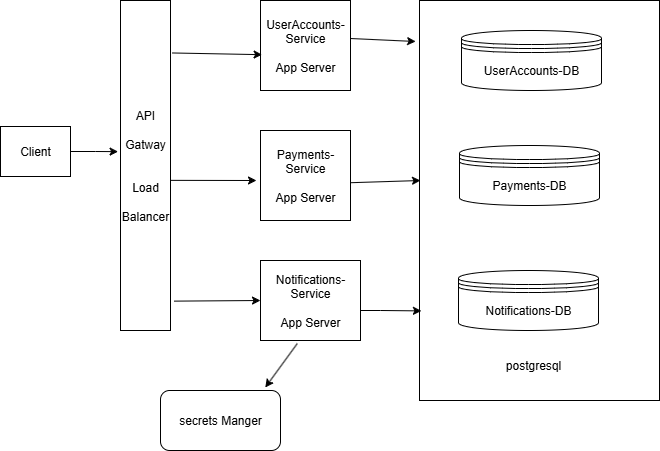
Above: docs/design/BankingSystem_archirect_diagram.png in MakeshB4/banking-system (draw.io), before the change. Source tidied: cells renumbered, new cells last; positions are measured from the earlier drawing's top-left corner, leaving out a move shared by most shapes. Source of this version:
```xml
<mxGraphModel>
  <root>
    <mxCell id="0" />
    <mxCell id="1" parent="0" />
    <mxCell id="2" value="Client" style="rounded=0;whiteSpace=wrap;html=1;" parent="1" vertex="1">
      <mxGeometry y="126" width="70" height="50" as="geometry" />
    </mxCell>
    <mxCell id="3" value="API&lt;br&gt;&lt;br&gt;Gatway&lt;br&gt;&lt;br&gt;&lt;br&gt;Load&lt;br&gt;&lt;br&gt;Balancer" style="rounded=0;whiteSpace=wrap;html=1;" parent="1" vertex="1">
      <mxGeometry x="120" width="50" height="330" as="geometry" />
    </mxCell>
    <mxCell id="4" value="UserAccounts-Service&lt;div&gt;&lt;br&gt;&lt;/div&gt;&lt;div&gt;App Server&lt;/div&gt;" style="rounded=0;whiteSpace=wrap;html=1;" parent="1" vertex="1">
      <mxGeometry x="260" width="90" height="90" as="geometry" />
    </mxCell>
    <mxCell id="5" style="rounded=0;whiteSpace=wrap;html=1;" parent="1" vertex="1">
      <mxGeometry x="419" width="240" height="400" as="geometry" />
    </mxCell>
    <mxCell id="6" value="Payments-Service&lt;div&gt;&lt;br&gt;&lt;/div&gt;&lt;div&gt;App Server&lt;/div&gt;" style="rounded=0;whiteSpace=wrap;html=1;" parent="1" vertex="1">
      <mxGeometry x="260" y="130" width="90" height="90" as="geometry" />
    </mxCell>
    <mxCell id="7" value="Notifications-Service&lt;div&gt;&lt;br&gt;&lt;/div&gt;&lt;div&gt;App Server&lt;/div&gt;" style="rounded=0;whiteSpace=wrap;html=1;" parent="1" vertex="1">
      <mxGeometry x="260" y="260" width="100" height="80" as="geometry" />
    </mxCell>
    <mxCell id="8" style="edgeStyle=orthogonalEdgeStyle;rounded=0;jettySize=auto;html=1;exitX=1;exitY=0.5;exitDx=0;exitDy=0;entryX=-0.048;entryY=0.458;entryDx=0;entryDy=0;entryPerimeter=0;" parent="1" edge="1" source="2" target="3">
      <mxGeometry relative="1" as="geometry" />
    </mxCell>
    <mxCell id="9" style="endArrow=classic;html=1;rounded=0;exitX=1.04;exitY=0.159;exitDx=0;exitDy=0;exitPerimeter=0;entryX=0.018;entryY=0.602;entryDx=0;entryDy=0;entryPerimeter=0;" parent="1" edge="1" source="3" target="4">
      <mxGeometry relative="1" as="geometry" />
    </mxCell>
    <mxCell id="10" style="endArrow=classic;html=1;rounded=0;exitX=1;exitY=0.545;exitDx=0;exitDy=0;exitPerimeter=0;" parent="1" edge="1" source="3">
      <mxGeometry relative="1" as="geometry">
        <mxPoint x="256" y="180" as="targetPoint" />
      </mxGeometry>
    </mxCell>
    <mxCell id="11" style="endArrow=classic;html=1;rounded=0;exitX=1.072;exitY=0.911;exitDx=0;exitDy=0;exitPerimeter=0;entryX=0;entryY=0.5;entryDx=0;entryDy=0;" parent="1" edge="1" source="3" target="7">
      <mxGeometry relative="1" as="geometry" />
    </mxCell>
    <mxCell id="12" value="UserAccounts-DB" style="shape=datastore;whiteSpace=wrap;html=1;" parent="1" vertex="1">
      <mxGeometry x="461" y="30" width="140" height="60" as="geometry" />
    </mxCell>
    <mxCell id="13" value="Payments-DB" style="shape=datastore;whiteSpace=wrap;html=1;" parent="1" vertex="1">
      <mxGeometry x="459" y="145" width="140" height="60" as="geometry" />
    </mxCell>
    <mxCell id="14" value="Notifications-DB" style="shape=datastore;whiteSpace=wrap;html=1;" parent="1" vertex="1">
      <mxGeometry x="458" y="270" width="140" height="60" as="geometry" />
    </mxCell>
    <mxCell id="15" style="endArrow=classic;html=1;rounded=0;exitX=1.004;exitY=0.58;exitDx=0;exitDy=0;exitPerimeter=0;" parent="1" edge="1" source="6">
      <mxGeometry relative="1" as="geometry">
        <mxPoint x="420" y="180" as="targetPoint" />
      </mxGeometry>
    </mxCell>
    <mxCell id="16" style="endArrow=classic;html=1;rounded=0;exitX=1;exitY=0.5;exitDx=0;exitDy=0;entryX=-0.016;entryY=0.12;entryDx=0;entryDy=0;entryPerimeter=0;" parent="1" edge="1">
      <mxGeometry relative="1" as="geometry">
        <mxPoint x="350" y="38" as="sourcePoint" />
        <mxPoint x="415.2" y="41" as="targetPoint" />
      </mxGeometry>
    </mxCell>
    <mxCell id="17" style="endArrow=classic;html=1;rounded=0;entryX=0.008;entryY=0.776;entryDx=0;entryDy=0;entryPerimeter=0;" parent="1" edge="1" target="5">
      <mxGeometry relative="1" as="geometry">
        <mxPoint x="360" y="310" as="sourcePoint" />
        <Array as="points">
          <mxPoint x="380" y="310" />
        </Array>
      </mxGeometry>
    </mxCell>
    <mxCell id="18" value="postgresql" style="text;html=1;align=center;verticalAlign=middle;whiteSpace=wrap;rounded=0;" parent="1" vertex="1">
      <mxGeometry x="503" y="350" width="60" height="30" as="geometry" />
    </mxCell>
    <mxCell id="19" value="secrets Manger" style="rounded=1;whiteSpace=wrap;html=1;" parent="1" vertex="1">
      <mxGeometry x="160" y="390" width="120" height="60" as="geometry" />
    </mxCell>
    <mxCell id="20" style="endArrow=classic;html=1;rounded=0;entryX=0.873;entryY=-0.05;entryDx=0;entryDy=0;entryPerimeter=0;exitX=0.368;exitY=1.038;exitDx=0;exitDy=0;exitPerimeter=0;" parent="1" edge="1" source="7" target="19">
      <mxGeometry relative="1" as="geometry" />
    </mxCell>
  </root>
</mxGraphModel>
```
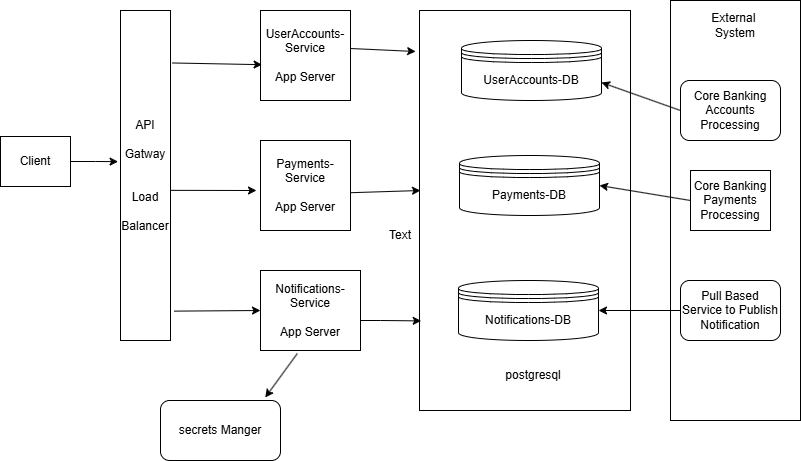
After the change.

Change to the diagram source:
```diff
@@ -12,7 +12,7 @@
       <mxGeometry x="260" width="90" height="90" as="geometry" />
     </mxCell>
     <mxCell id="5" style="rounded=0;whiteSpace=wrap;html=1;" parent="1" vertex="1">
-      <mxGeometry x="419" width="240" height="400" as="geometry" />
+      <mxGeometry x="419" width="211" height="400" as="geometry" />
     </mxCell>
     <mxCell id="6" value="Payments-Service&lt;div&gt;&lt;br&gt;&lt;/div&gt;&lt;div&gt;App Server&lt;/div&gt;" style="rounded=0;whiteSpace=wrap;html=1;" parent="1" vertex="1">
       <mxGeometry x="260" y="130" width="90" height="90" as="geometry" />
@@ -71,5 +71,32 @@
     <mxCell id="20" style="endArrow=classic;html=1;rounded=0;entryX=0.873;entryY=-0.05;entryDx=0;entryDy=0;entryPerimeter=0;exitX=0.368;exitY=1.038;exitDx=0;exitDy=0;exitPerimeter=0;" parent="1" edge="1" source="7" target="19">
       <mxGeometry relative="1" as="geometry" />
     </mxCell>
+    <mxCell id="21" style="rounded=0;whiteSpace=wrap;html=1;" parent="1" vertex="1">
+      <mxGeometry x="670" y="-10" width="130" height="420" as="geometry" />
+    </mxCell>
+    <mxCell id="22" value="Text" style="text;html=1;whiteSpace=wrap;strokeColor=none;fillColor=none;align=center;verticalAlign=middle;rounded=0;" parent="1" vertex="1">
+      <mxGeometry x="370" y="210" width="60" height="30" as="geometry" />
+    </mxCell>
+    <mxCell id="23" value="External&amp;nbsp;&lt;div&gt;System&lt;/div&gt;" style="text;html=1;whiteSpace=wrap;strokeColor=none;fillColor=none;align=center;verticalAlign=middle;rounded=0;" parent="1" vertex="1">
+      <mxGeometry x="690" width="90" height="30" as="geometry" />
+    </mxCell>
+    <mxCell id="24" value="Core Banking&lt;div&gt;Accounts Processing&lt;/div&gt;" style="rounded=1;whiteSpace=wrap;html=1;" parent="1" vertex="1">
+      <mxGeometry x="680" y="70" width="100" height="60" as="geometry" />
+    </mxCell>
+    <mxCell id="25" style="endArrow=classic;html=1;rounded=0;entryX=1;entryY=0.5;entryDx=0;entryDy=0;exitX=0;exitY=0.5;exitDx=0;exitDy=0;" parent="1" edge="1" source="26" target="13">
+      <mxGeometry relative="1" as="geometry" />
+    </mxCell>
+    <mxCell id="26" value="Core Banking&lt;div&gt;Payments Processing&lt;/div&gt;" style="rounded=0;whiteSpace=wrap;html=1;" parent="1" vertex="1">
+      <mxGeometry x="690" y="160" width="80" height="60" as="geometry" />
+    </mxCell>
+    <mxCell id="27" value="Pull Based Service to Publish&lt;div&gt;Notification&lt;/div&gt;" style="rounded=1;whiteSpace=wrap;html=1;" parent="1" vertex="1">
+      <mxGeometry x="680" y="270" width="100" height="60" as="geometry" />
+    </mxCell>
+    <mxCell id="28" style="endArrow=classic;html=1;rounded=0;exitX=0;exitY=0.5;exitDx=0;exitDy=0;entryX=1;entryY=0.5;entryDx=0;entryDy=0;" parent="1" edge="1" source="27" target="14">
+      <mxGeometry relative="1" as="geometry" />
+    </mxCell>
+    <mxCell id="29" style="endArrow=classic;html=1;rounded=0;exitX=0;exitY=0.5;exitDx=0;exitDy=0;entryX=1;entryY=0.7;entryDx=0;entryDy=0;" parent="1" edge="1" source="24" target="12">
+      <mxGeometry relative="1" as="geometry" />
+    </mxCell>
   </root>
 </mxGraphModel>
```
